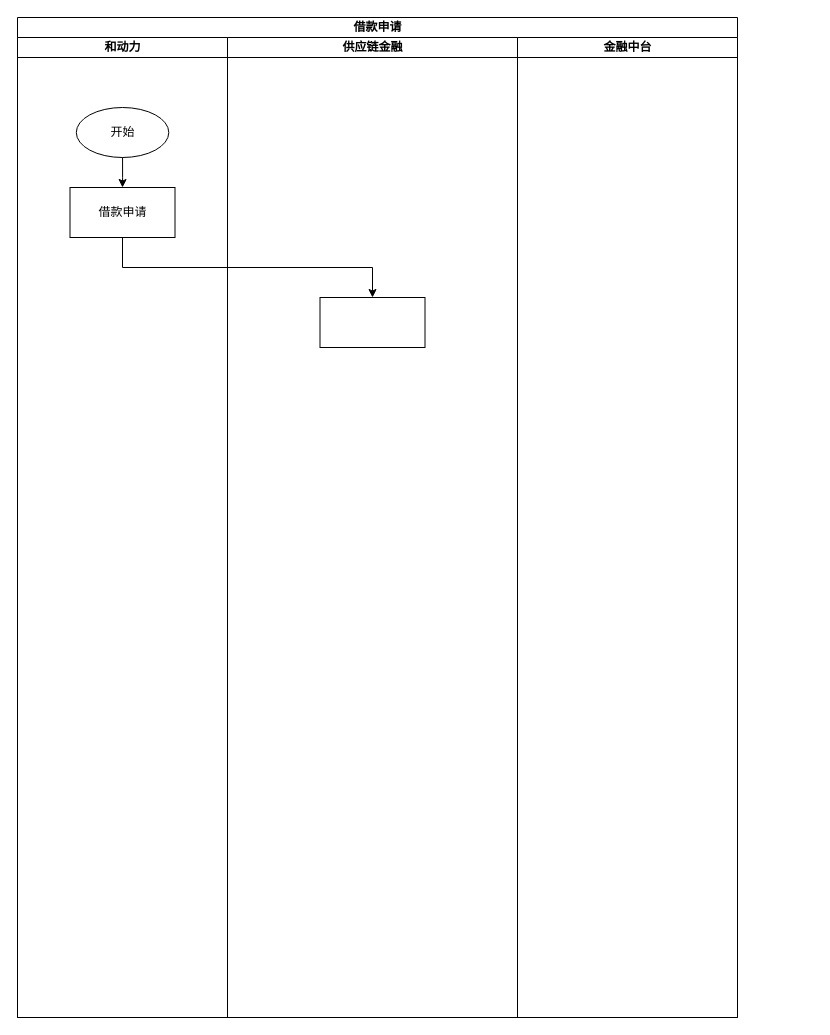
The draw.io diagram page "借款申请" (3 of 7) of drawio/网商贷.drawio in hezhuma/image-repo, before the edit. Source tidied: cells renumbered, new cells numbered last; positions are measured from the earlier drawing's top-left corner, leaving out a move shared by most shapes. Both pictures are drawn from the tidied source at 100%, with x=0, y=0 at pixel (17, 17).
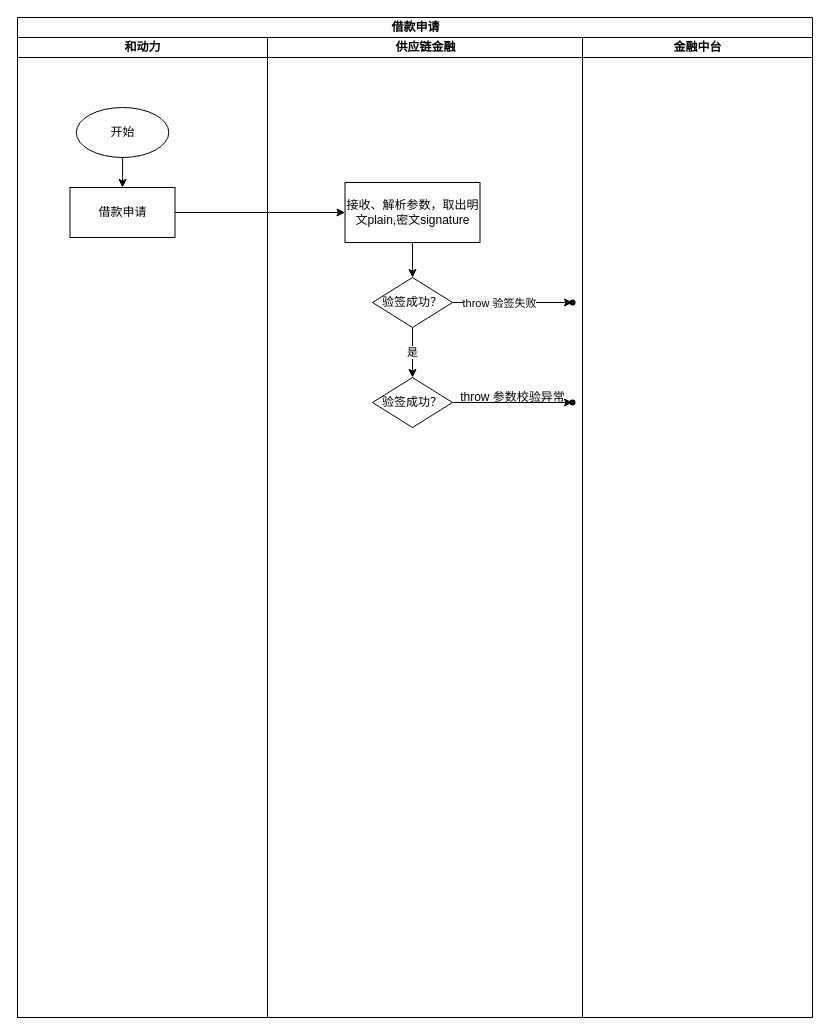
The same diagram, later.

Commit message:
更新网商贷.drawio

Unchanged cells that the change refers to:
```xml
<mxCell id="5" value="借款申请" style="whiteSpace=wrap;html=1;" parent="3" vertex="1">
  <mxGeometry x="52.5" y="150" width="105" height="50" as="geometry" />
</mxCell>
```

The edit, as a diff of the source:
```diff
@@
     <mxCell id="2" value="借款申请" style="swimlane;html=1;startSize=20;" parent="1" vertex="1">
-      <mxGeometry width="720" height="1000" as="geometry" />
+      <mxGeometry width="795" height="1000" as="geometry" />
     </mxCell>
     <mxCell id="3" value="和动力" style="swimlane;html=1;startSize=20;" parent="2" vertex="1">
-      <mxGeometry y="20" width="210" height="980" as="geometry" />
+      <mxGeometry y="20" width="250" height="980" as="geometry" />
     </mxCell>
@@
     <mxCell id="7" value="供应链金融" style="swimlane;html=1;startSize=20;" parent="2" vertex="1">
-      <mxGeometry x="210" y="20" width="290" height="980" as="geometry" />
+      <mxGeometry x="250" y="20" width="315" height="980" as="geometry" />
     </mxCell>
-    <mxCell id="8" style="whiteSpace=wrap;html=1;" parent="7" vertex="1">
-      <mxGeometry x="92.5" y="260" width="105" height="50" as="geometry" />
-    </mxCell>
+    <mxCell id="11" style="edgeStyle=orthogonalEdgeStyle;rounded=0;jettySize=auto;html=1;" parent="7" edge="1" source="12" target="16">
+      <mxGeometry relative="1" as="geometry" />
+    </mxCell>
+    <mxCell id="12" value="接收、解析参数，取出明文plain,密文signature" style="whiteSpace=wrap;html=1;" parent="7" vertex="1">
+      <mxGeometry x="77.5" y="145" width="135" height="60" as="geometry" />
+    </mxCell>
+    <mxCell id="13" value="是" style="edgeStyle=orthogonalEdgeStyle;rounded=0;jettySize=auto;html=1;" parent="7" edge="1" source="16">
+      <mxGeometry relative="1" as="geometry">
+        <mxPoint x="145" y="340" as="targetPoint" />
+      </mxGeometry>
+    </mxCell>
+    <mxCell id="14" style="edgeStyle=orthogonalEdgeStyle;rounded=0;jettySize=auto;html=1;" parent="7" edge="1" source="16" target="17">
+      <mxGeometry relative="1" as="geometry" />
+    </mxCell>
+    <mxCell id="15" value="throw 验签失败" style="edgeLabel;html=1;align=center;verticalAlign=middle;" parent="14" vertex="1">
+      <mxGeometry x="-0.23" relative="1" as="geometry" />
+    </mxCell>
+    <mxCell id="16" value="验签成功？" style="rhombus;whiteSpace=wrap;html=1;" parent="7" vertex="1">
+      <mxGeometry x="105" y="240" width="80" height="50" as="geometry" />
+    </mxCell>
+    <mxCell id="17" style="shape=waypoint;sketch=0;size=6;points=[];fillColor=default;perimeter=centerPerimeter;snapToPoint=1;" parent="7" vertex="1">
+      <mxGeometry x="295" y="255" width="20" height="20" as="geometry" />
+    </mxCell>
+    <mxCell id="18" style="edgeStyle=orthogonalEdgeStyle;rounded=0;jettySize=auto;html=1;" parent="7" edge="1" source="19" target="20">
+      <mxGeometry relative="1" as="geometry" />
+    </mxCell>
+    <mxCell id="19" value="验签成功？" style="rhombus;whiteSpace=wrap;html=1;" parent="7" vertex="1">
+      <mxGeometry x="105" y="340" width="80" height="50" as="geometry" />
+    </mxCell>
+    <mxCell id="20" style="shape=waypoint;sketch=0;size=6;points=[];fillColor=default;perimeter=centerPerimeter;snapToPoint=1;" parent="7" vertex="1">
+      <mxGeometry x="295" y="355" width="20" height="20" as="geometry" />
+    </mxCell>
+    <mxCell id="21" value="throw 参数校验异常" style="text;html=1;align=center;verticalAlign=middle;strokeColor=none;fillColor=none;" parent="7" vertex="1">
+      <mxGeometry x="180" y="345" width="130" height="30" as="geometry" />
+    </mxCell>
     <mxCell id="9" value="金融中台" style="swimlane;html=1;startSize=20;" parent="2" vertex="1">
-      <mxGeometry x="500" y="20" width="220" height="980" as="geometry" />
+      <mxGeometry x="565" y="20" width="230" height="980" as="geometry" />
     </mxCell>
-    <mxCell id="10" style="edgeStyle=orthogonalEdgeStyle;rounded=0;jettySize=auto;html=1;" parent="2" edge="1" source="5" target="8">
-      <mxGeometry relative="1" as="geometry">
-        <Array as="points">
-          <mxPoint x="105" y="250" />
-          <mxPoint x="355" y="250" />
-        </Array>
-      </mxGeometry>
-    </mxCell>
+    <mxCell id="22" style="edgeStyle=orthogonalEdgeStyle;rounded=0;jettySize=auto;html=1;" parent="2" edge="1" source="5" target="12">
+      <mxGeometry relative="1" as="geometry" />
+    </mxCell>
```
